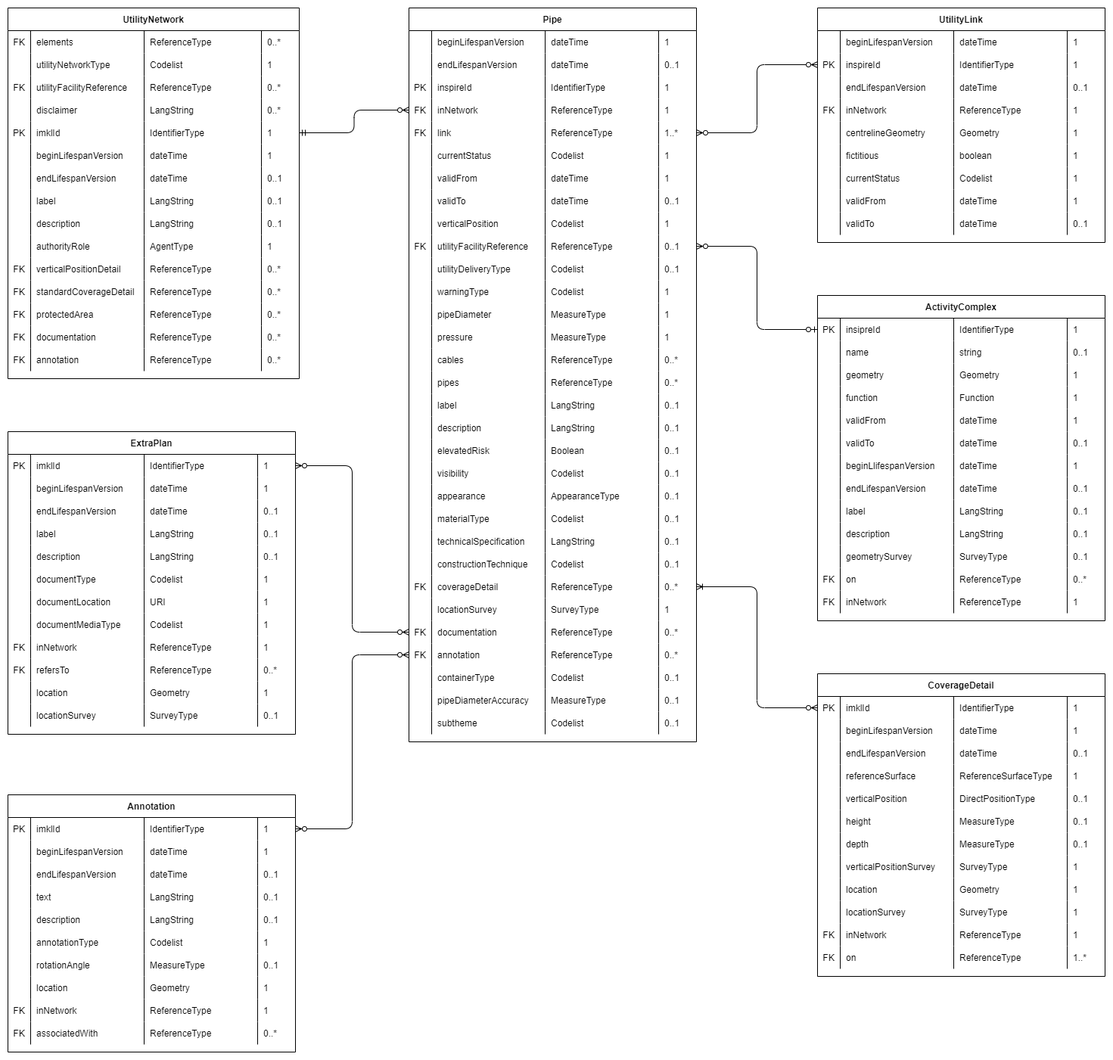
The draw.io diagram implementation/Documentation/ERD/IMKL3 Pipe.png in belgif/ICEGthema-imkl, before a commit. Source tidied: cells renumbered, new cells last; positions are measured from the earlier drawing's top-left corner, leaving out a move shared by most shapes.
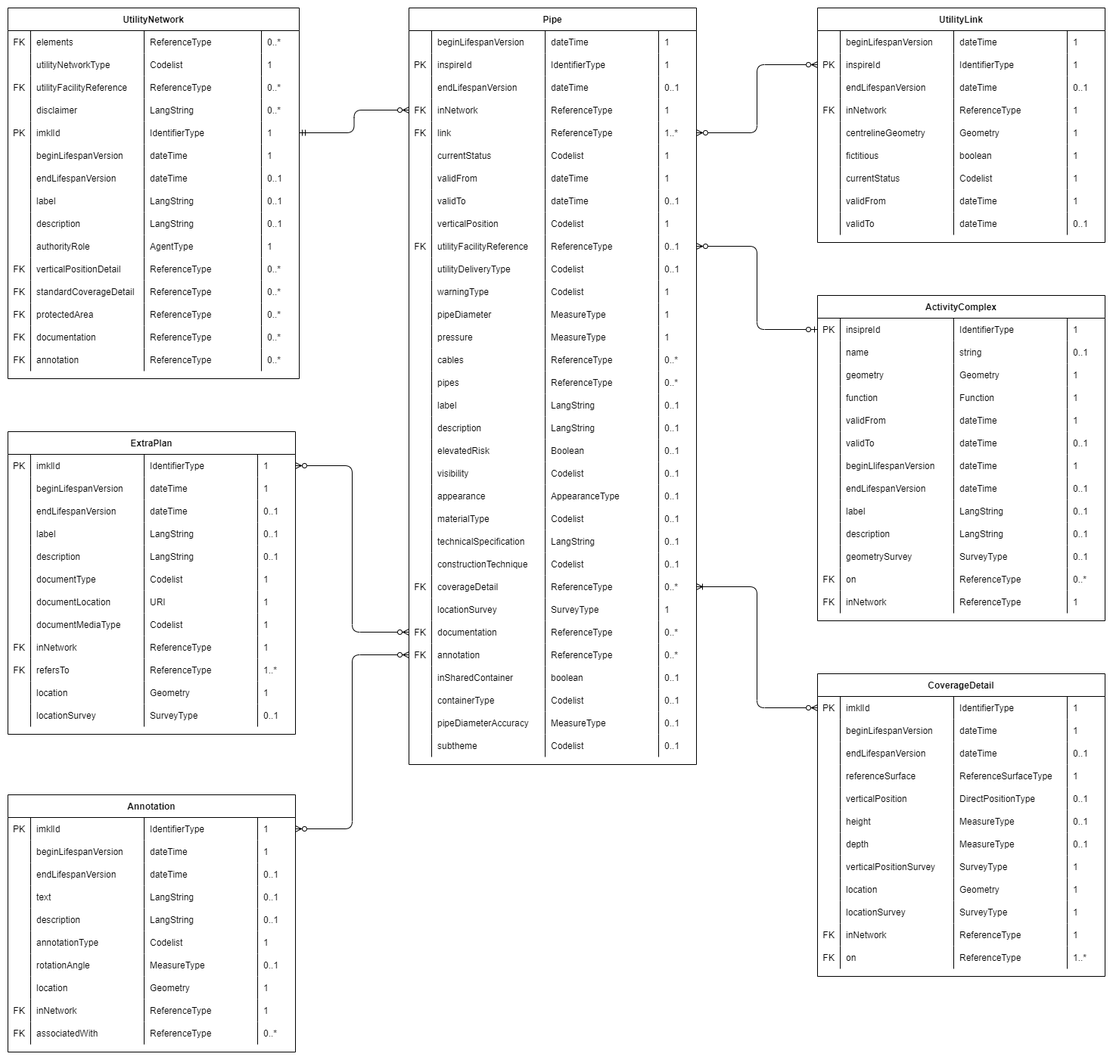
After the commit.

Change to the diagram source:
```diff
@@ -3,7 +3,7 @@
     <mxCell id="0" />
     <mxCell id="1" parent="0" />
     <mxCell id="2" value="Pipe" style="shape=table;startSize=30;rowLines=0;fontStyle=1;align=center;" parent="1" vertex="1">
-      <mxGeometry x="530" width="380" height="970" as="geometry" />
+      <mxGeometry x="530" width="380" height="1000" as="geometry" />
     </mxCell>
     <mxCell id="3" style="shape=tableRow;horizontal=0;startSize=0;swimlaneHead=0;swimlaneBody=0;fillColor=none;top=0;left=0;right=0;bottom=0;" parent="2" vertex="1">
       <mxGeometry y="30" width="380" height="30" as="geometry" />
@@ -20,8 +20,23 @@
     <mxCell id="7" value="1" style="shape=partialRectangle;fillColor=none;top=0;left=0;bottom=0;right=0;align=left;spacingLeft=6;overflow=hidden;" parent="3" vertex="1">
       <mxGeometry x="330" width="50" height="30" as="geometry" />
     </mxCell>
+    <mxCell id="525" style="shape=tableRow;horizontal=0;startSize=0;swimlaneHead=0;swimlaneBody=0;fillColor=none;top=0;left=0;right=0;bottom=0;" parent="2" vertex="1">
+      <mxGeometry y="60" width="380" height="30" as="geometry" />
+    </mxCell>
+    <mxCell id="14" value="PK" style="shape=partialRectangle;fillColor=none;top=0;left=0;bottom=0;right=0;overflow=hidden;" parent="525" vertex="1">
+      <mxGeometry width="30" height="30" as="geometry" />
+    </mxCell>
+    <mxCell id="15" value="inspireId" style="shape=partialRectangle;fillColor=none;top=0;left=0;bottom=0;right=0;align=left;spacingLeft=6;overflow=hidden;" parent="525" vertex="1">
+      <mxGeometry x="30" width="150" height="30" as="geometry" />
+    </mxCell>
+    <mxCell id="16" value="IdentifierType" style="shape=partialRectangle;fillColor=none;top=0;left=0;bottom=0;right=0;align=left;spacingLeft=6;overflow=hidden;" parent="525" vertex="1">
+      <mxGeometry x="180" width="150" height="30" as="geometry" />
+    </mxCell>
+    <mxCell id="17" value="1" style="shape=partialRectangle;fillColor=none;top=0;left=0;bottom=0;right=0;align=left;spacingLeft=6;overflow=hidden;" parent="525" vertex="1">
+      <mxGeometry x="330" width="50" height="30" as="geometry" />
+    </mxCell>
     <mxCell id="8" style="shape=tableRow;horizontal=0;startSize=0;swimlaneHead=0;swimlaneBody=0;fillColor=none;top=0;left=0;right=0;bottom=0;" parent="2" vertex="1">
-      <mxGeometry y="60" width="380" height="30" as="geometry" />
+      <mxGeometry y="90" width="380" height="30" as="geometry" />
     </mxCell>
     <mxCell id="9" style="shape=partialRectangle;fillColor=none;top=0;left=0;bottom=0;right=0;overflow=hidden;" parent="8" vertex="1">
       <mxGeometry width="30" height="30" as="geometry" />
@@ -35,21 +50,6 @@
     <mxCell id="12" value="0..1" style="shape=partialRectangle;fillColor=none;top=0;left=0;bottom=0;right=0;align=left;spacingLeft=6;overflow=hidden;" parent="8" vertex="1">
       <mxGeometry x="330" width="50" height="30" as="geometry" />
     </mxCell>
-    <mxCell id="13" style="shape=tableRow;horizontal=0;startSize=0;swimlaneHead=0;swimlaneBody=0;fillColor=none;top=0;left=0;right=0;bottom=0;" parent="2" vertex="1">
-      <mxGeometry y="90" width="380" height="30" as="geometry" />
-    </mxCell>
-    <mxCell id="14" value="PK" style="shape=partialRectangle;fillColor=none;top=0;left=0;bottom=0;right=0;overflow=hidden;" parent="13" vertex="1">
-      <mxGeometry width="30" height="30" as="geometry" />
-    </mxCell>
-    <mxCell id="15" value="inspireId" style="shape=partialRectangle;fillColor=none;top=0;left=0;bottom=0;right=0;align=left;spacingLeft=6;overflow=hidden;" parent="13" vertex="1">
-      <mxGeometry x="30" width="150" height="30" as="geometry" />
-    </mxCell>
-    <mxCell id="16" value="IdentifierType" style="shape=partialRectangle;fillColor=none;top=0;left=0;bottom=0;right=0;align=left;spacingLeft=6;overflow=hidden;" parent="13" vertex="1">
-      <mxGeometry x="180" width="150" height="30" as="geometry" />
-    </mxCell>
-    <mxCell id="17" value="1" style="shape=partialRectangle;fillColor=none;top=0;left=0;bottom=0;right=0;align=left;spacingLeft=6;overflow=hidden;" parent="13" vertex="1">
-      <mxGeometry x="330" width="50" height="30" as="geometry" />
-    </mxCell>
     <mxCell id="18" style="shape=tableRow;horizontal=0;startSize=0;swimlaneHead=0;swimlaneBody=0;fillColor=none;points=[[0,0.5],[1,0.5]];portConstraint=eastwest;top=0;left=0;right=0;bottom=0;" parent="2" vertex="1">
       <mxGeometry y="120" width="380" height="30" as="geometry" />
     </mxCell>
@@ -425,8 +425,23 @@
     <mxCell id="142" value="0..*" style="shape=partialRectangle;fillColor=none;top=0;left=0;bottom=0;right=0;align=left;spacingLeft=6;overflow=hidden;" parent="138" vertex="1">
       <mxGeometry x="330" width="50" height="30" as="geometry" />
     </mxCell>
+    <mxCell id="526" style="shape=tableRow;horizontal=0;startSize=0;swimlaneHead=0;swimlaneBody=0;fillColor=none;top=0;left=0;right=0;bottom=0;" parent="2" vertex="1">
+      <mxGeometry y="870" width="380" height="30" as="geometry" />
+    </mxCell>
+    <mxCell id="527" style="shape=partialRectangle;fillColor=none;top=0;left=0;bottom=0;right=0;overflow=hidden;" parent="526" vertex="1">
+      <mxGeometry width="30" height="30" as="geometry" />
+    </mxCell>
+    <mxCell id="528" value="inSharedContainer" style="shape=partialRectangle;fillColor=none;top=0;left=0;bottom=0;right=0;align=left;spacingLeft=6;overflow=hidden;" parent="526" vertex="1">
+      <mxGeometry x="30" width="150" height="30" as="geometry" />
+    </mxCell>
+    <mxCell id="529" value="boolean" style="shape=partialRectangle;fillColor=none;top=0;left=0;bottom=0;right=0;align=left;spacingLeft=6;overflow=hidden;" parent="526" vertex="1">
+      <mxGeometry x="180" width="150" height="30" as="geometry" />
+    </mxCell>
+    <mxCell id="530" value="0..1" style="shape=partialRectangle;fillColor=none;top=0;left=0;bottom=0;right=0;align=left;spacingLeft=6;overflow=hidden;" parent="526" vertex="1">
+      <mxGeometry x="330" width="50" height="30" as="geometry" />
+    </mxCell>
     <mxCell id="143" style="shape=tableRow;horizontal=0;startSize=0;swimlaneHead=0;swimlaneBody=0;fillColor=none;top=0;left=0;right=0;bottom=0;" parent="2" vertex="1">
-      <mxGeometry y="870" width="380" height="30" as="geometry" />
+      <mxGeometry y="900" width="380" height="30" as="geometry" />
     </mxCell>
     <mxCell id="144" style="shape=partialRectangle;fillColor=none;top=0;left=0;bottom=0;right=0;overflow=hidden;" parent="143" vertex="1">
       <mxGeometry width="30" height="30" as="geometry" />
@@ -441,7 +456,7 @@
       <mxGeometry x="330" width="50" height="30" as="geometry" />
     </mxCell>
     <mxCell id="148" style="shape=tableRow;horizontal=0;startSize=0;swimlaneHead=0;swimlaneBody=0;fillColor=none;top=0;left=0;right=0;bottom=0;" parent="2" vertex="1">
-      <mxGeometry y="900" width="380" height="30" as="geometry" />
+      <mxGeometry y="930" width="380" height="30" as="geometry" />
     </mxCell>
     <mxCell id="149" style="shape=partialRectangle;fillColor=none;top=0;left=0;bottom=0;right=0;overflow=hidden;" parent="148" vertex="1">
       <mxGeometry width="30" height="30" as="geometry" />
@@ -456,7 +471,7 @@
       <mxGeometry x="330" width="50" height="30" as="geometry" />
     </mxCell>
     <mxCell id="153" style="shape=tableRow;horizontal=0;startSize=0;swimlaneHead=0;swimlaneBody=0;fillColor=none;top=0;left=0;right=0;bottom=0;" parent="2" vertex="1">
-      <mxGeometry y="930" width="380" height="30" as="geometry" />
+      <mxGeometry y="960" width="380" height="30" as="geometry" />
     </mxCell>
     <mxCell id="154" style="shape=partialRectangle;fillColor=none;top=0;left=0;bottom=0;right=0;overflow=hidden;" parent="153" vertex="1">
       <mxGeometry width="30" height="30" as="geometry" />
@@ -1367,7 +1382,7 @@
     <mxCell id="456" value="ReferenceType" style="shape=partialRectangle;fillColor=none;top=0;left=0;bottom=0;right=0;align=left;spacingLeft=6;overflow=hidden;" parent="453" vertex="1">
       <mxGeometry x="180" width="150" height="30" as="geometry" />
     </mxCell>
-    <mxCell id="457" value="0..*" style="shape=partialRectangle;fillColor=none;top=0;left=0;bottom=0;right=0;align=left;spacingLeft=6;overflow=hidden;" parent="453" vertex="1">
+    <mxCell id="457" value="1..*" style="shape=partialRectangle;fillColor=none;top=0;left=0;bottom=0;right=0;align=left;spacingLeft=6;overflow=hidden;" parent="453" vertex="1">
       <mxGeometry x="330" width="50" height="30" as="geometry" />
     </mxCell>
     <mxCell id="458" style="shape=tableRow;horizontal=0;startSize=0;swimlaneHead=0;swimlaneBody=0;fillColor=none;top=0;left=0;right=0;bottom=0;" parent="407" vertex="1">
```
